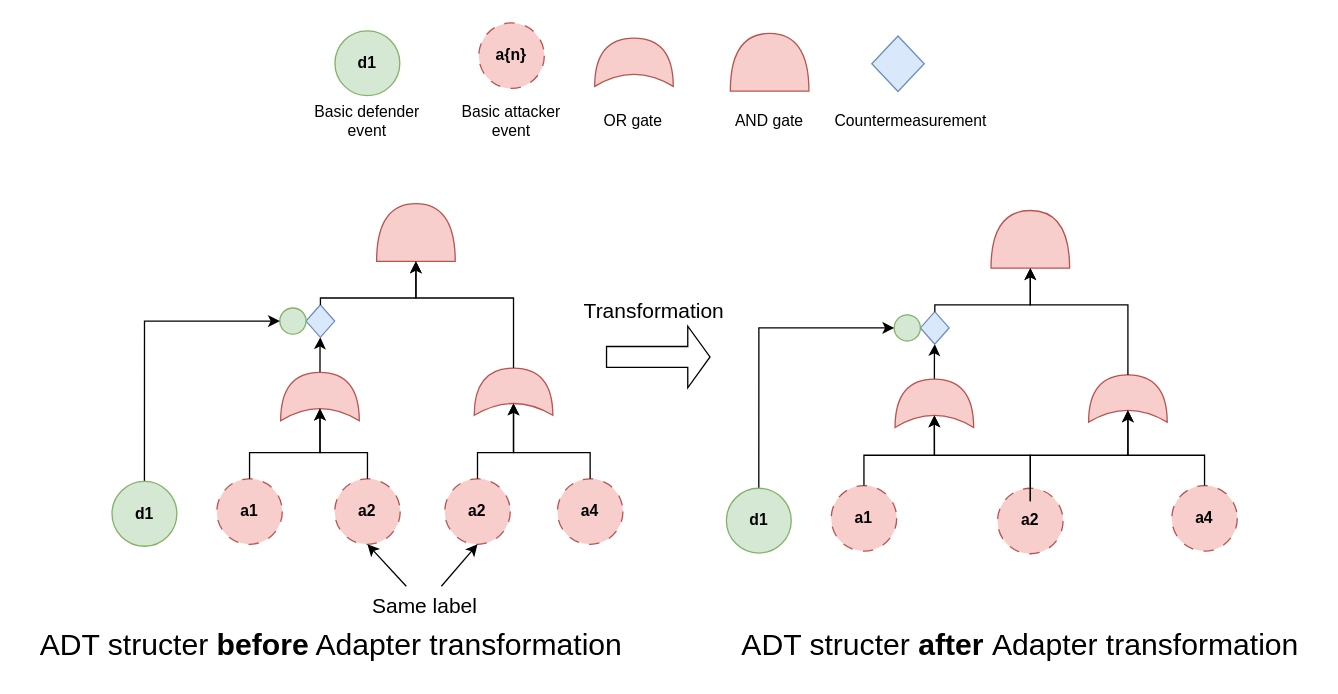
The draw.io diagram DAGADts.drawio in AplyQ8/SUBD, before the edit. Source tidied: cells renumbered, new cells numbered last; positions are measured from the earlier drawing's top-left corner, leaving out a move shared by most shapes. Both pictures are drawn from the tidied source at 131%, with x=0, y=0 at pixel (22, 22).
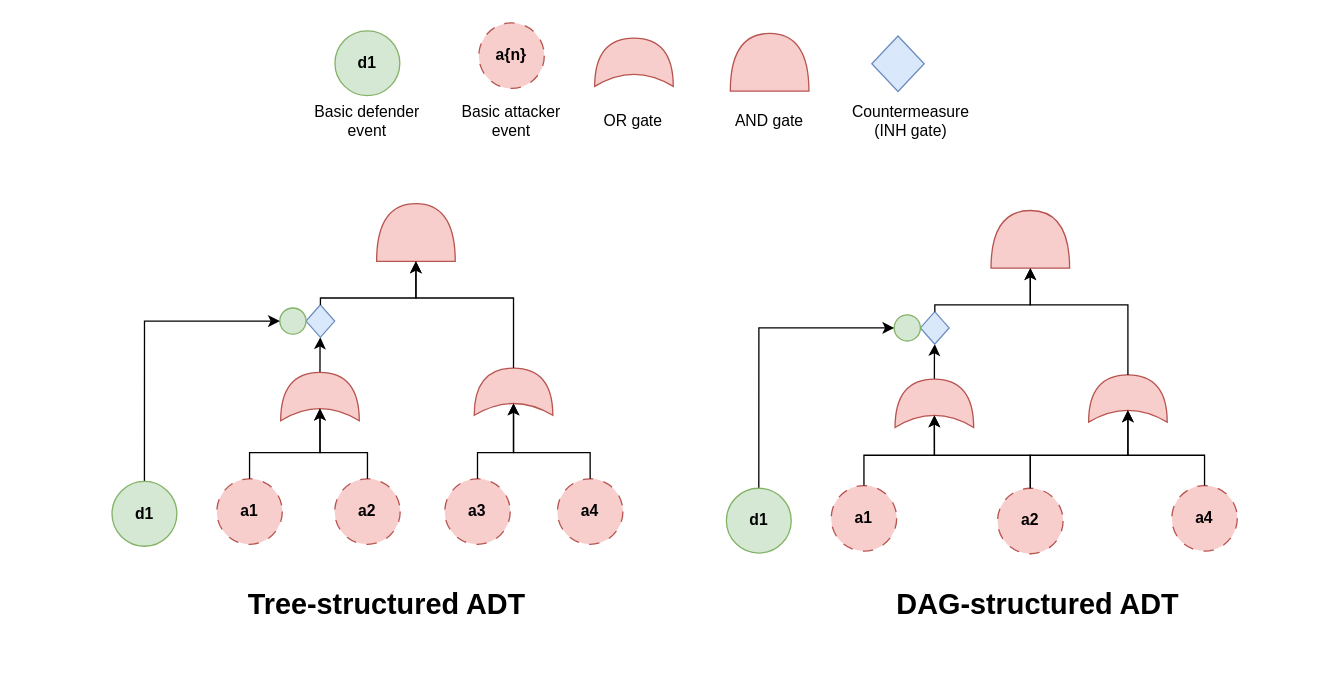
The same page after the edit.

The change refers to these unchanged cells:
```xml
<mxCell id="6" style="ellipse;whiteSpace=wrap;html=1;fillColor=#f8cecc;strokeColor=#b85450;dashed=1;dashPattern=8 8;" parent="1" vertex="1">
  <mxGeometry x="238" y="348" width="50" height="50" as="geometry" />
</mxCell>
<mxCell id="10" style="ellipse;whiteSpace=wrap;html=1;fillColor=#f8cecc;strokeColor=#b85450;dashed=1;dashPattern=8 8;" parent="1" vertex="1">
  <mxGeometry x="322" y="348" width="50" height="50" as="geometry" />
</mxCell>
<mxCell id="45" style="shape=xor;whiteSpace=wrap;html=1;rotation=-90;fillColor=#f8cecc;strokeColor=#b85450;" parent="1" vertex="1">
  <mxGeometry x="677.3" y="260.4" width="36.9" height="60" as="geometry" />
</mxCell>
<mxCell id="47" style="shape=xor;whiteSpace=wrap;html=1;rotation=-90;fillColor=#f8cecc;strokeColor=#b85450;" parent="1" vertex="1">
  <mxGeometry x="825.5" y="256.7" width="36" height="60" as="geometry" />
</mxCell>
<mxCell id="61" style="ellipse;whiteSpace=wrap;html=1;fillColor=#f8cecc;strokeColor=#b85450;dashed=1;dashPattern=8 8;" parent="1" vertex="1">
  <mxGeometry x="744" y="355.2" width="50" height="50" as="geometry" />
</mxCell>
<mxCell id="62" value="&lt;b&gt;a2&lt;/b&gt;" style="text;html=1;align=center;verticalAlign=middle;whiteSpace=wrap;rounded=0;" parent="1" vertex="1">
  <mxGeometry x="739" y="365.2" width="60" height="30" as="geometry" />
</mxCell>
```

Change to the diagram source:
```diff
@@
-    <mxCell id="17" value="&lt;b&gt;a2&lt;/b&gt;" style="text;html=1;align=center;verticalAlign=middle;whiteSpace=wrap;rounded=0;" parent="1" vertex="1">
+    <mxCell id="17" value="&lt;b&gt;a3&lt;/b&gt;" style="text;html=1;align=center;verticalAlign=middle;whiteSpace=wrap;rounded=0;" parent="1" vertex="1">
       <mxGeometry x="317" y="358" width="60" height="30" as="geometry" />
     </mxCell>
@@
-    <mxCell id="19" value="&lt;font style=&quot;font-size: 23px;&quot;&gt;ADT structer &lt;b&gt;before&lt;/b&gt; Adapter transformation&lt;/font&gt;" style="text;html=1;align=center;verticalAlign=middle;strokeColor=none;fillColor=none;" parent="1" vertex="1">
-      <mxGeometry x="-0.1" y="455" width="470" height="40" as="geometry" />
-    </mxCell>
@@
-    <mxCell id="37" value="Countermeasurement" style="text;html=1;align=center;verticalAlign=middle;whiteSpace=wrap;rounded=0;" parent="1" vertex="1">
+    <mxCell id="37" value="Countermeasure&lt;div&gt;(INH gate)&lt;/div&gt;" style="text;html=1;align=center;verticalAlign=middle;whiteSpace=wrap;rounded=0;" parent="1" vertex="1">
       <mxGeometry x="633" y="59.5" width="90" height="30" as="geometry" />
     </mxCell>
-    <mxCell id="38" style="rounded=0;jettySize=auto;html=1;entryX=0.5;entryY=1;entryDx=0;entryDy=0;" parent="1" edge="1" source="40" target="6">
-      <mxGeometry relative="1" as="geometry" />
-    </mxCell>
-    <mxCell id="39" style="rounded=0;jettySize=auto;html=1;entryX=0.5;entryY=1;entryDx=0;entryDy=0;" parent="1" edge="1" source="40" target="10">
-      <mxGeometry relative="1" as="geometry" />
-    </mxCell>
-    <mxCell id="40" value="&lt;font style=&quot;font-size: 16px;&quot;&gt;Same label&lt;/font&gt;" style="text;html=1;align=center;verticalAlign=middle;whiteSpace=wrap;rounded=0;" parent="1" vertex="1">
-      <mxGeometry x="256.5" y="430" width="100" height="30" as="geometry" />
-    </mxCell>
-    <mxCell id="41" style="shape=flexArrow;endArrow=classic;html=1;rounded=0;width=16;endSize=5.33;endWidth=30;" parent="1" edge="1">
-      <mxGeometry relative="1" as="geometry">
-        <mxPoint x="445" y="255" as="sourcePoint" />
-        <mxPoint x="525" y="255" as="targetPoint" />
-      </mxGeometry>
-    </mxCell>
-    <mxCell id="42" value="&lt;font style=&quot;font-size: 16px;&quot;&gt;Transformation&lt;/font&gt;" style="text;html=1;align=center;verticalAlign=middle;whiteSpace=wrap;rounded=0;" parent="1" vertex="1">
-      <mxGeometry x="432" y="205.2" width="100" height="30" as="geometry" />
-    </mxCell>
-    <mxCell id="43" value="&lt;font style=&quot;font-size: 23px;&quot;&gt;ADT structer &lt;b&gt;after &lt;/b&gt;Adapter transformation&lt;/font&gt;" style="text;html=1;align=center;verticalAlign=middle;strokeColor=none;fillColor=none;" parent="1" vertex="1">
-      <mxGeometry x="536.4" y="455" width="450" height="40" as="geometry" />
-    </mxCell>
@@
-    <mxCell id="63" style="edgeStyle=orthogonalEdgeStyle;rounded=0;jettySize=auto;html=1;entryX=0.25;entryY=0.5;entryDx=0;entryDy=0;entryPerimeter=0;" parent="1" edge="1" source="62" target="45">
-      <mxGeometry relative="1" as="geometry">
-        <Array as="points">
-          <mxPoint x="769" y="330" />
-          <mxPoint x="696" y="330" />
-        </Array>
-      </mxGeometry>
-    </mxCell>
-    <mxCell id="64" style="edgeStyle=orthogonalEdgeStyle;rounded=0;jettySize=auto;html=1;entryX=0.25;entryY=0.5;entryDx=0;entryDy=0;entryPerimeter=0;" parent="1" edge="1" source="62" target="47">
-      <mxGeometry relative="1" as="geometry">
-        <Array as="points">
-          <mxPoint x="769" y="330" />
-          <mxPoint x="844" y="330" />
-        </Array>
-      </mxGeometry>
-    </mxCell>
+    <mxCell id="65" value="&lt;font style=&quot;font-size: 22px;&quot;&gt;&lt;b&gt;Tree-structured ADT&lt;/b&gt;&lt;/font&gt;" style="text;html=1;align=center;verticalAlign=middle;whiteSpace=wrap;rounded=0;" parent="1" vertex="1">
+      <mxGeometry x="158" y="430" width="240" height="30" as="geometry" />
+    </mxCell>
+    <mxCell id="66" value="&lt;font style=&quot;font-size: 22px;&quot;&gt;&lt;b&gt;DAG-structured ADT&lt;/b&gt;&lt;/font&gt;" style="text;html=1;align=center;verticalAlign=middle;whiteSpace=wrap;rounded=0;" parent="1" vertex="1">
+      <mxGeometry x="655" y="430" width="240" height="30" as="geometry" />
+    </mxCell>
+    <mxCell id="67" style="edgeStyle=orthogonalEdgeStyle;rounded=0;jettySize=auto;html=1;entryX=0.25;entryY=0.5;entryDx=0;entryDy=0;entryPerimeter=0;" parent="1" edge="1" source="61" target="45">
+      <mxGeometry relative="1" as="geometry">
+        <Array as="points">
+          <mxPoint x="769" y="330" />
+          <mxPoint x="696" y="330" />
+        </Array>
+      </mxGeometry>
+    </mxCell>
+    <mxCell id="68" style="edgeStyle=orthogonalEdgeStyle;rounded=0;jettySize=auto;html=1;entryX=0.25;entryY=0.5;entryDx=0;entryDy=0;entryPerimeter=0;" parent="1" edge="1" source="61" target="47">
+      <mxGeometry relative="1" as="geometry">
+        <Array as="points">
+          <mxPoint x="769" y="330" />
+          <mxPoint x="844" y="330" />
+        </Array>
+      </mxGeometry>
+    </mxCell>
```
